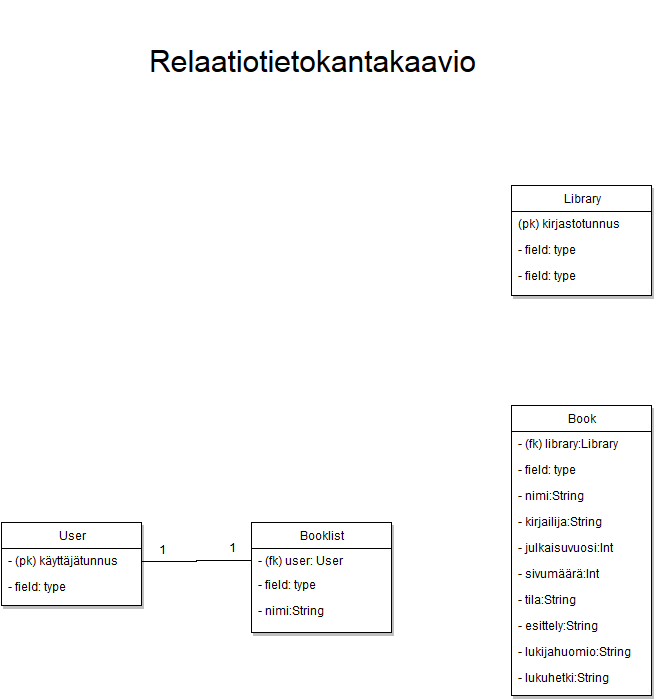
mclantta/Tsoha-Bootstrap keeps this draw.io diagram as doc/Relaatiotietokantakaavio.png. Above is the earlier version. Source tidied: cells renumbered, new cells last; positions are measured from the earlier drawing's top-left corner, leaving out a move shared by most shapes. Source of this version:
```xml
<mxGraphModel background="#ffffff">
  <root>
    <mxCell id="0" />
    <mxCell id="1" parent="0" />
    <mxCell id="2" value="User" style="swimlane;html=1;fontStyle=0;horizontal=1;startSize=26;fillColor=none;swimlaneFillColor=#ffffff;shadow=1;fontSize=12;" parent="1" vertex="1">
      <mxGeometry y="521" width="140" height="83" as="geometry" />
    </mxCell>
    <mxCell id="3" value="- (pk) käyttäjätunnus&lt;br&gt;" style="text;html=1;strokeColor=none;fillColor=none;align=left;verticalAlign=top;spacingLeft=4;spacingRight=4;whiteSpace=wrap;overflow=hidden;points=[[0,0.5],[1,0.5]];portConstraint=eastwest;" parent="2" vertex="1">
      <mxGeometry y="26" width="140" height="26" as="geometry" />
    </mxCell>
    <mxCell id="4" value="- field: type" style="text;html=1;strokeColor=none;fillColor=none;align=left;verticalAlign=top;spacingLeft=4;spacingRight=4;whiteSpace=wrap;overflow=hidden;" parent="2" vertex="1">
      <mxGeometry y="52" width="140" height="26" as="geometry" />
    </mxCell>
    <mxCell id="5" value="Book" style="swimlane;html=1;fontStyle=0;horizontal=1;startSize=26;fillColor=none;swimlaneFillColor=#ffffff;shadow=1;fontSize=12;" parent="1" vertex="1">
      <mxGeometry x="510" y="404" width="140" height="290" as="geometry" />
    </mxCell>
    <mxCell id="6" value="- (fk) library:Library&lt;br&gt;" style="text;html=1;strokeColor=none;fillColor=none;align=left;verticalAlign=top;spacingLeft=4;spacingRight=4;whiteSpace=wrap;overflow=hidden;" parent="5" vertex="1">
      <mxGeometry y="26" width="140" height="26" as="geometry" />
    </mxCell>
    <mxCell id="7" value="- field: type" style="text;html=1;strokeColor=none;fillColor=none;align=left;verticalAlign=top;spacingLeft=4;spacingRight=4;whiteSpace=wrap;overflow=hidden;points=[[0,0.5],[1,0.5]];portConstraint=eastwest;" parent="5" vertex="1">
      <mxGeometry y="52" width="140" height="26" as="geometry" />
    </mxCell>
    <mxCell id="8" value="- nimi:String" style="text;html=1;strokeColor=none;fillColor=none;align=left;verticalAlign=top;spacingLeft=4;spacingRight=4;whiteSpace=wrap;overflow=hidden;" parent="5" vertex="1">
      <mxGeometry y="78" width="140" height="26" as="geometry" />
    </mxCell>
    <mxCell id="9" value="- kirjailija:String" style="text;html=1;strokeColor=none;fillColor=none;align=left;verticalAlign=top;spacingLeft=4;spacingRight=4;whiteSpace=wrap;overflow=hidden;" parent="5" vertex="1">
      <mxGeometry y="104" width="140" height="26" as="geometry" />
    </mxCell>
    <mxCell id="10" value="- julkaisuvuosi:Int&lt;br&gt;" style="text;html=1;strokeColor=none;fillColor=none;align=left;verticalAlign=top;spacingLeft=4;spacingRight=4;whiteSpace=wrap;overflow=hidden;" parent="5" vertex="1">
      <mxGeometry y="130" width="140" height="26" as="geometry" />
    </mxCell>
    <mxCell id="11" value="- sivumäärä:Int&lt;br&gt;" style="text;html=1;strokeColor=none;fillColor=none;align=left;verticalAlign=top;spacingLeft=4;spacingRight=4;whiteSpace=wrap;overflow=hidden;" parent="5" vertex="1">
      <mxGeometry y="156" width="140" height="26" as="geometry" />
    </mxCell>
    <mxCell id="12" value="- tila:String" style="text;html=1;strokeColor=none;fillColor=none;align=left;verticalAlign=top;spacingLeft=4;spacingRight=4;whiteSpace=wrap;overflow=hidden;" parent="5" vertex="1">
      <mxGeometry y="182" width="140" height="26" as="geometry" />
    </mxCell>
    <mxCell id="13" value="- esittely:String" style="text;html=1;strokeColor=none;fillColor=none;align=left;verticalAlign=top;spacingLeft=4;spacingRight=4;whiteSpace=wrap;overflow=hidden;" parent="5" vertex="1">
      <mxGeometry y="208" width="140" height="26" as="geometry" />
    </mxCell>
    <mxCell id="14" value="- lukijahuomio:String&lt;br&gt;" style="text;html=1;strokeColor=none;fillColor=none;align=left;verticalAlign=top;spacingLeft=4;spacingRight=4;whiteSpace=wrap;overflow=hidden;" parent="5" vertex="1">
      <mxGeometry y="234" width="140" height="26" as="geometry" />
    </mxCell>
    <mxCell id="15" value="- lukuhetki:String&lt;br&gt;" style="text;html=1;strokeColor=none;fillColor=none;align=left;verticalAlign=top;spacingLeft=4;spacingRight=4;whiteSpace=wrap;overflow=hidden;" parent="5" vertex="1">
      <mxGeometry y="260" width="140" height="26" as="geometry" />
    </mxCell>
    <mxCell id="16" value="Library" style="swimlane;html=1;fontStyle=0;horizontal=1;startSize=26;fillColor=none;swimlaneFillColor=#ffffff;shadow=1;fontSize=12;" parent="1" vertex="1">
      <mxGeometry x="510" y="184" width="140" height="110" as="geometry" />
    </mxCell>
    <mxCell id="17" value="(pk) kirjastotunnus&lt;br&gt;" style="text;html=1;strokeColor=none;fillColor=none;align=left;verticalAlign=top;spacingLeft=4;spacingRight=4;whiteSpace=wrap;overflow=hidden;" parent="16" vertex="1">
      <mxGeometry y="26" width="140" height="26" as="geometry" />
    </mxCell>
    <mxCell id="18" value="- field: type" style="text;html=1;strokeColor=none;fillColor=none;align=left;verticalAlign=top;spacingLeft=4;spacingRight=4;whiteSpace=wrap;overflow=hidden;" parent="16" vertex="1">
      <mxGeometry y="52" width="140" height="26" as="geometry" />
    </mxCell>
    <mxCell id="19" value="- field: type" style="text;html=1;strokeColor=none;fillColor=none;align=left;verticalAlign=top;spacingLeft=4;spacingRight=4;whiteSpace=wrap;overflow=hidden;" parent="16" vertex="1">
      <mxGeometry y="78" width="140" height="26" as="geometry" />
    </mxCell>
    <mxCell id="20" value="Booklist" style="swimlane;html=1;fontStyle=0;horizontal=1;startSize=26;fillColor=none;swimlaneFillColor=#ffffff;shadow=1;fontSize=12;" parent="1" vertex="1">
      <mxGeometry x="250" y="521" width="140" height="110" as="geometry" />
    </mxCell>
    <mxCell id="21" value="- (fk) user: User&lt;br&gt;" style="text;html=1;strokeColor=none;fillColor=none;align=left;verticalAlign=top;spacingLeft=4;spacingRight=4;whiteSpace=wrap;overflow=hidden;points=[[0,0.5],[1,0.5]];portConstraint=eastwest;" parent="20" vertex="1">
      <mxGeometry y="26" width="140" height="24" as="geometry" />
    </mxCell>
    <mxCell id="22" value="- field: type" style="text;html=1;strokeColor=none;fillColor=none;align=left;verticalAlign=top;spacingLeft=4;spacingRight=4;whiteSpace=wrap;overflow=hidden;points=[[0,0.5],[1,0.5]];portConstraint=eastwest;" parent="20" vertex="1">
      <mxGeometry y="50" width="140" height="26" as="geometry" />
    </mxCell>
    <mxCell id="23" value="- nimi:String" style="text;html=1;strokeColor=none;fillColor=none;align=left;verticalAlign=top;spacingLeft=4;spacingRight=4;whiteSpace=wrap;overflow=hidden;" parent="20" vertex="1">
      <mxGeometry y="76" width="140" height="26" as="geometry" />
    </mxCell>
    <mxCell id="24" value="&lt;font style=&quot;font-size: 30px&quot;&gt;Relaatiotietokantakaavio&lt;/font&gt;" style="text;html=1;strokeColor=none;fillColor=none;align=center;verticalAlign=middle;whiteSpace=wrap;overflow=hidden;shadow=1;fontSize=12;" parent="1" vertex="1">
      <mxGeometry x="140" width="340" height="122" as="geometry" />
    </mxCell>
    <mxCell id="25" style="edgeStyle=orthogonalEdgeStyle;rounded=0;html=1;exitX=0;exitY=0.5;endArrow=none;endFill=0;fontSize=12;" parent="1" edge="1" source="21" target="3">
      <mxGeometry relative="1" as="geometry" />
    </mxCell>
    <mxCell id="26" value="1&lt;br&gt;" style="text;html=1;strokeColor=none;fillColor=none;align=center;verticalAlign=middle;whiteSpace=wrap;overflow=hidden;shadow=1;fontSize=12;" parent="1" vertex="1">
      <mxGeometry x="140" y="539" width="40" height="20" as="geometry" />
    </mxCell>
    <mxCell id="27" value="1" style="text;html=1;strokeColor=none;fillColor=none;align=center;verticalAlign=middle;whiteSpace=wrap;overflow=hidden;shadow=1;fontSize=12;" parent="1" vertex="1">
      <mxGeometry x="210" y="537" width="40" height="20" as="geometry" />
    </mxCell>
  </root>
</mxGraphModel>
```
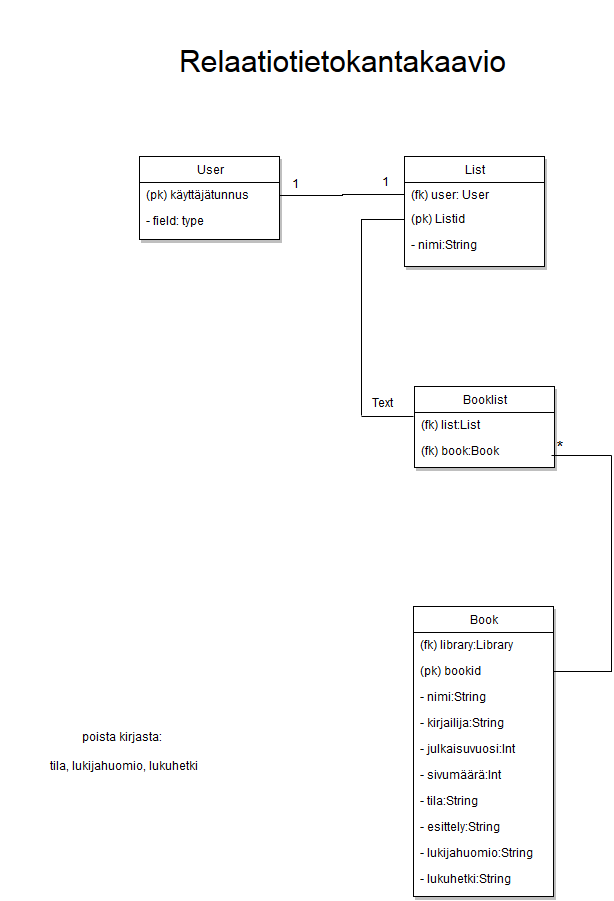
After the change.

Diff of the diagram source:
```diff
@@ -3,21 +3,21 @@
     <mxCell id="0" />
     <mxCell id="1" parent="0" />
     <mxCell id="2" value="User" style="swimlane;html=1;fontStyle=0;horizontal=1;startSize=26;fillColor=none;swimlaneFillColor=#ffffff;shadow=1;fontSize=12;" parent="1" vertex="1">
-      <mxGeometry y="521" width="140" height="83" as="geometry" />
+      <mxGeometry x="108" y="155" width="140" height="83" as="geometry" />
     </mxCell>
-    <mxCell id="3" value="- (pk) käyttäjätunnus&lt;br&gt;" style="text;html=1;strokeColor=none;fillColor=none;align=left;verticalAlign=top;spacingLeft=4;spacingRight=4;whiteSpace=wrap;overflow=hidden;points=[[0,0.5],[1,0.5]];portConstraint=eastwest;" parent="2" vertex="1">
+    <mxCell id="3" value="(pk) käyttäjätunnus&lt;br&gt;" style="text;html=1;strokeColor=none;fillColor=none;align=left;verticalAlign=top;spacingLeft=4;spacingRight=4;whiteSpace=wrap;overflow=hidden;points=[[0,0.5],[1,0.5]];portConstraint=eastwest;" parent="2" vertex="1">
       <mxGeometry y="26" width="140" height="26" as="geometry" />
     </mxCell>
     <mxCell id="4" value="- field: type" style="text;html=1;strokeColor=none;fillColor=none;align=left;verticalAlign=top;spacingLeft=4;spacingRight=4;whiteSpace=wrap;overflow=hidden;" parent="2" vertex="1">
       <mxGeometry y="52" width="140" height="26" as="geometry" />
     </mxCell>
     <mxCell id="5" value="Book" style="swimlane;html=1;fontStyle=0;horizontal=1;startSize=26;fillColor=none;swimlaneFillColor=#ffffff;shadow=1;fontSize=12;" parent="1" vertex="1">
-      <mxGeometry x="510" y="404" width="140" height="290" as="geometry" />
+      <mxGeometry x="382" y="605" width="140" height="290" as="geometry" />
     </mxCell>
-    <mxCell id="6" value="- (fk) library:Library&lt;br&gt;" style="text;html=1;strokeColor=none;fillColor=none;align=left;verticalAlign=top;spacingLeft=4;spacingRight=4;whiteSpace=wrap;overflow=hidden;" parent="5" vertex="1">
+    <mxCell id="6" value="(fk) library:Library&lt;br&gt;" style="text;html=1;strokeColor=none;fillColor=none;align=left;verticalAlign=top;spacingLeft=4;spacingRight=4;whiteSpace=wrap;overflow=hidden;" parent="5" vertex="1">
       <mxGeometry y="26" width="140" height="26" as="geometry" />
     </mxCell>
-    <mxCell id="7" value="- field: type" style="text;html=1;strokeColor=none;fillColor=none;align=left;verticalAlign=top;spacingLeft=4;spacingRight=4;whiteSpace=wrap;overflow=hidden;points=[[0,0.5],[1,0.5]];portConstraint=eastwest;" parent="5" vertex="1">
+    <mxCell id="7" value="(pk) bookid&lt;br&gt;&amp;nbsp;" style="text;html=1;strokeColor=none;fillColor=none;align=left;verticalAlign=top;spacingLeft=4;spacingRight=4;whiteSpace=wrap;overflow=hidden;points=[[0,0.5],[1,0.5]];portConstraint=eastwest;" parent="5" vertex="1">
       <mxGeometry y="52" width="140" height="26" as="geometry" />
     </mxCell>
     <mxCell id="8" value="- nimi:String" style="text;html=1;strokeColor=none;fillColor=none;align=left;verticalAlign=top;spacingLeft=4;spacingRight=4;whiteSpace=wrap;overflow=hidden;" parent="5" vertex="1">
@@ -32,7 +32,7 @@
     <mxCell id="11" value="- sivumäärä:Int&lt;br&gt;" style="text;html=1;strokeColor=none;fillColor=none;align=left;verticalAlign=top;spacingLeft=4;spacingRight=4;whiteSpace=wrap;overflow=hidden;" parent="5" vertex="1">
       <mxGeometry y="156" width="140" height="26" as="geometry" />
     </mxCell>
-    <mxCell id="12" value="- tila:String" style="text;html=1;strokeColor=none;fillColor=none;align=left;verticalAlign=top;spacingLeft=4;spacingRight=4;whiteSpace=wrap;overflow=hidden;" parent="5" vertex="1">
+    <mxCell id="12" value="- tila:String&lt;br&gt;" style="text;html=1;strokeColor=none;fillColor=none;align=left;verticalAlign=top;spacingLeft=4;spacingRight=4;whiteSpace=wrap;overflow=hidden;" parent="5" vertex="1">
       <mxGeometry y="182" width="140" height="26" as="geometry" />
     </mxCell>
     <mxCell id="13" value="- esittely:String" style="text;html=1;strokeColor=none;fillColor=none;align=left;verticalAlign=top;spacingLeft=4;spacingRight=4;whiteSpace=wrap;overflow=hidden;" parent="5" vertex="1">
@@ -44,25 +44,13 @@
     <mxCell id="15" value="- lukuhetki:String&lt;br&gt;" style="text;html=1;strokeColor=none;fillColor=none;align=left;verticalAlign=top;spacingLeft=4;spacingRight=4;whiteSpace=wrap;overflow=hidden;" parent="5" vertex="1">
       <mxGeometry y="260" width="140" height="26" as="geometry" />
     </mxCell>
-    <mxCell id="16" value="Library" style="swimlane;html=1;fontStyle=0;horizontal=1;startSize=26;fillColor=none;swimlaneFillColor=#ffffff;shadow=1;fontSize=12;" parent="1" vertex="1">
-      <mxGeometry x="510" y="184" width="140" height="110" as="geometry" />
-    </mxCell>
-    <mxCell id="17" value="(pk) kirjastotunnus&lt;br&gt;" style="text;html=1;strokeColor=none;fillColor=none;align=left;verticalAlign=top;spacingLeft=4;spacingRight=4;whiteSpace=wrap;overflow=hidden;" parent="16" vertex="1">
-      <mxGeometry y="26" width="140" height="26" as="geometry" />
-    </mxCell>
-    <mxCell id="18" value="- field: type" style="text;html=1;strokeColor=none;fillColor=none;align=left;verticalAlign=top;spacingLeft=4;spacingRight=4;whiteSpace=wrap;overflow=hidden;" parent="16" vertex="1">
-      <mxGeometry y="52" width="140" height="26" as="geometry" />
-    </mxCell>
-    <mxCell id="19" value="- field: type" style="text;html=1;strokeColor=none;fillColor=none;align=left;verticalAlign=top;spacingLeft=4;spacingRight=4;whiteSpace=wrap;overflow=hidden;" parent="16" vertex="1">
-      <mxGeometry y="78" width="140" height="26" as="geometry" />
-    </mxCell>
-    <mxCell id="20" value="Booklist" style="swimlane;html=1;fontStyle=0;horizontal=1;startSize=26;fillColor=none;swimlaneFillColor=#ffffff;shadow=1;fontSize=12;" parent="1" vertex="1">
-      <mxGeometry x="250" y="521" width="140" height="110" as="geometry" />
+    <mxCell id="20" value="List&lt;br&gt;" style="swimlane;html=1;fontStyle=0;horizontal=1;startSize=26;fillColor=none;swimlaneFillColor=#ffffff;shadow=1;fontSize=12;" parent="1" vertex="1">
+      <mxGeometry x="373" y="155" width="140" height="110" as="geometry" />
     </mxCell>
-    <mxCell id="21" value="- (fk) user: User&lt;br&gt;" style="text;html=1;strokeColor=none;fillColor=none;align=left;verticalAlign=top;spacingLeft=4;spacingRight=4;whiteSpace=wrap;overflow=hidden;points=[[0,0.5],[1,0.5]];portConstraint=eastwest;" parent="20" vertex="1">
+    <mxCell id="21" value="(fk) user: User&lt;br&gt;" style="text;html=1;strokeColor=none;fillColor=none;align=left;verticalAlign=top;spacingLeft=4;spacingRight=4;whiteSpace=wrap;overflow=hidden;points=[[0,0.5],[1,0.5]];portConstraint=eastwest;" parent="20" vertex="1">
       <mxGeometry y="26" width="140" height="24" as="geometry" />
     </mxCell>
-    <mxCell id="22" value="- field: type" style="text;html=1;strokeColor=none;fillColor=none;align=left;verticalAlign=top;spacingLeft=4;spacingRight=4;whiteSpace=wrap;overflow=hidden;points=[[0,0.5],[1,0.5]];portConstraint=eastwest;" parent="20" vertex="1">
+    <mxCell id="22" value="(pk) Listid&lt;br&gt;" style="text;html=1;strokeColor=none;fillColor=none;align=left;verticalAlign=top;spacingLeft=4;spacingRight=4;whiteSpace=wrap;overflow=hidden;points=[[0,0.5],[1,0.5]];portConstraint=eastwest;" parent="20" vertex="1">
       <mxGeometry y="50" width="140" height="26" as="geometry" />
     </mxCell>
     <mxCell id="23" value="- nimi:String" style="text;html=1;strokeColor=none;fillColor=none;align=left;verticalAlign=top;spacingLeft=4;spacingRight=4;whiteSpace=wrap;overflow=hidden;" parent="20" vertex="1">
@@ -71,14 +59,48 @@
     <mxCell id="24" value="&lt;font style=&quot;font-size: 30px&quot;&gt;Relaatiotietokantakaavio&lt;/font&gt;" style="text;html=1;strokeColor=none;fillColor=none;align=center;verticalAlign=middle;whiteSpace=wrap;overflow=hidden;shadow=1;fontSize=12;" parent="1" vertex="1">
       <mxGeometry x="140" width="340" height="122" as="geometry" />
     </mxCell>
-    <mxCell id="25" style="edgeStyle=orthogonalEdgeStyle;rounded=0;html=1;exitX=0;exitY=0.5;endArrow=none;endFill=0;fontSize=12;" parent="1" edge="1" source="21" target="3">
-      <mxGeometry relative="1" as="geometry" />
-    </mxCell>
     <mxCell id="26" value="1&lt;br&gt;" style="text;html=1;strokeColor=none;fillColor=none;align=center;verticalAlign=middle;whiteSpace=wrap;overflow=hidden;shadow=1;fontSize=12;" parent="1" vertex="1">
-      <mxGeometry x="140" y="539" width="40" height="20" as="geometry" />
+      <mxGeometry x="243" y="173" width="40" height="20" as="geometry" />
     </mxCell>
     <mxCell id="27" value="1" style="text;html=1;strokeColor=none;fillColor=none;align=center;verticalAlign=middle;whiteSpace=wrap;overflow=hidden;shadow=1;fontSize=12;" parent="1" vertex="1">
-      <mxGeometry x="210" y="537" width="40" height="20" as="geometry" />
+      <mxGeometry x="333" y="171" width="40" height="20" as="geometry" />
     </mxCell>
+    <mxCell id="28" value="Booklist" style="swimlane;html=1;fontStyle=0;horizontal=1;startSize=26;fillColor=none;swimlaneFillColor=#ffffff;shadow=1;fontSize=12;" parent="1" vertex="1">
+      <mxGeometry x="383" y="385" width="140" height="81" as="geometry" />
+    </mxCell>
+    <mxCell id="29" value="(fk) list:List&lt;br&gt;" style="text;html=1;strokeColor=none;fillColor=none;align=left;verticalAlign=top;spacingLeft=4;spacingRight=4;whiteSpace=wrap;overflow=hidden;" parent="28" vertex="1">
+      <mxGeometry y="26" width="140" height="26" as="geometry" />
+    </mxCell>
+    <mxCell id="30" value="(fk) book:Book&lt;br&gt;" style="text;html=1;strokeColor=none;fillColor=none;align=left;verticalAlign=top;spacingLeft=4;spacingRight=4;whiteSpace=wrap;overflow=hidden;" parent="28" vertex="1">
+      <mxGeometry y="52" width="140" height="26" as="geometry" />
+    </mxCell>
+    <mxCell id="31" style="edgeStyle=orthogonalEdgeStyle;rounded=0;html=1;endArrow=none;endFill=0;fontSize=12;" parent="1" edge="1" source="3" target="21">
+      <mxGeometry relative="1" as="geometry" />
+    </mxCell>
+    <mxCell id="32" style="edgeStyle=orthogonalEdgeStyle;rounded=0;html=1;endArrow=none;endFill=0;fontSize=12;" parent="1" edge="1" source="22">
+      <mxGeometry relative="1" as="geometry">
+        <mxPoint x="330" y="414" as="targetPoint" />
+      </mxGeometry>
+    </mxCell>
+    <mxCell id="33" style="line;html=1;strokeWidth=1;fillColor=none;align=left;verticalAlign=middle;spacingTop=-1;spacingLeft=3;spacingRight=3;labelPosition=right;shadow=0;fontSize=12;" parent="1" vertex="1">
+      <mxGeometry x="330" y="411" width="52" height="8" as="geometry" />
+    </mxCell>
+    <mxCell id="34" style="edgeStyle=orthogonalEdgeStyle;rounded=0;html=1;endArrow=none;endFill=0;fontSize=12;" parent="1" edge="1" source="7">
+      <mxGeometry relative="1" as="geometry">
+        <mxPoint x="580" y="454" as="targetPoint" />
+      </mxGeometry>
+    </mxCell>
+    <mxCell id="35" style="line;html=1;strokeWidth=1;fillColor=none;align=left;verticalAlign=middle;spacingTop=-1;spacingLeft=3;spacingRight=3;labelPosition=right;shadow=0;fontSize=12;" parent="1" vertex="1">
+      <mxGeometry x="520" y="450" width="60" height="8" as="geometry" />
+    </mxCell>
+    <mxCell id="36" value="Text" style="text;html=1;fontSize=12;" parent="1" vertex="1">
+      <mxGeometry x="338" y="389" width="50" height="30" as="geometry" />
+    </mxCell>
+    <mxCell id="37" value="&lt;font style=&quot;font-size: 17px&quot;&gt;*&lt;/font&gt;" style="text;html=1;align=left;verticalAlign=top;spacingTop=-4;fontSize=12;" parent="1" vertex="1">
+      <mxGeometry x="523" y="434" width="20" height="20" as="geometry" />
+    </mxCell>
+    <mxCell id="38" value="poista kirjasta:&lt;br&gt;&lt;br&gt;&amp;nbsp;tila, lukijahuomio, lukuhetki&lt;br&gt;" style="text;html=1;strokeColor=none;fillColor=none;align=center;verticalAlign=middle;whiteSpace=wrap;overflow=hidden;shadow=0;fontSize=12;" parent="1" vertex="1">
+      <mxGeometry x="-30" y="676" width="240" height="148" as="geometry" />
+    </mxCell>
   </root>
 </mxGraphModel>
```
